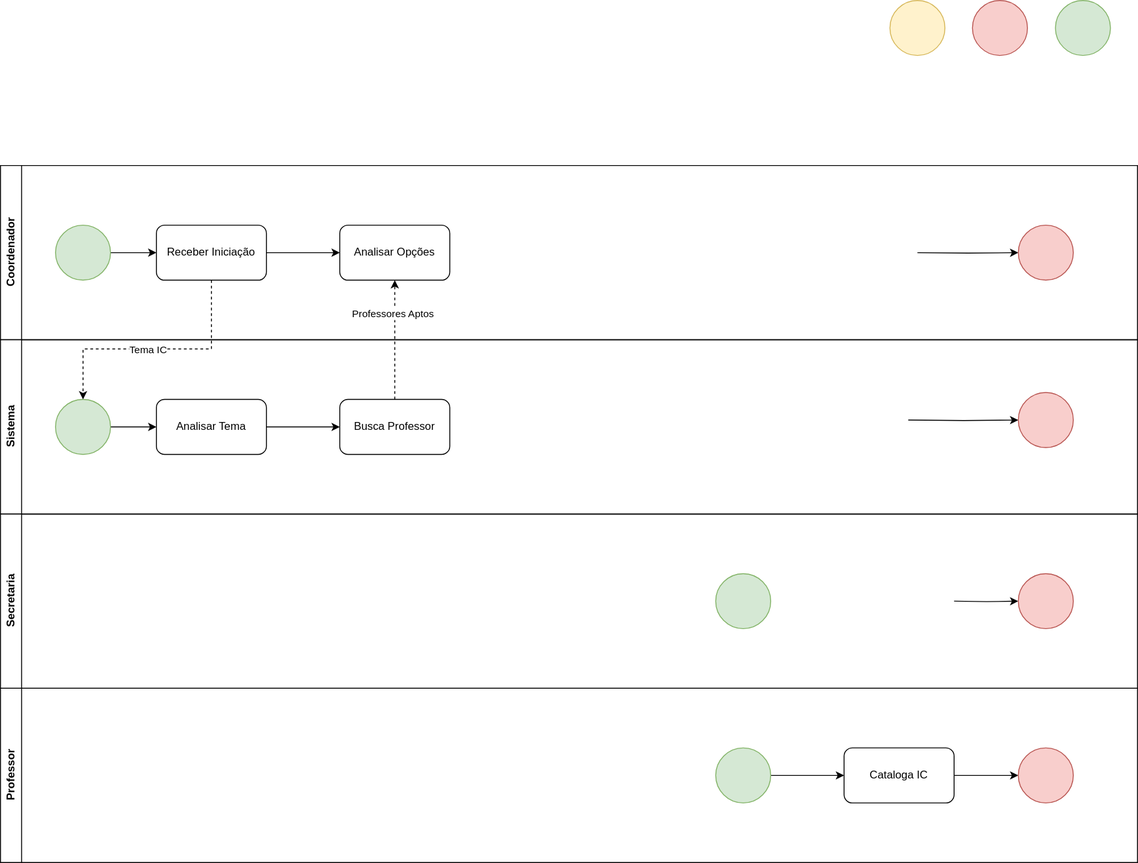
Before: BuscarProfessor.drawio.svg, a diagram exported from draw.io (JesCat16/Automacao_IC_GestaoDeProjeto). Source tidied: cells renumbered, new cells last; positions are measured from the earlier drawing's top-left corner, leaving out a move shared by most shapes.
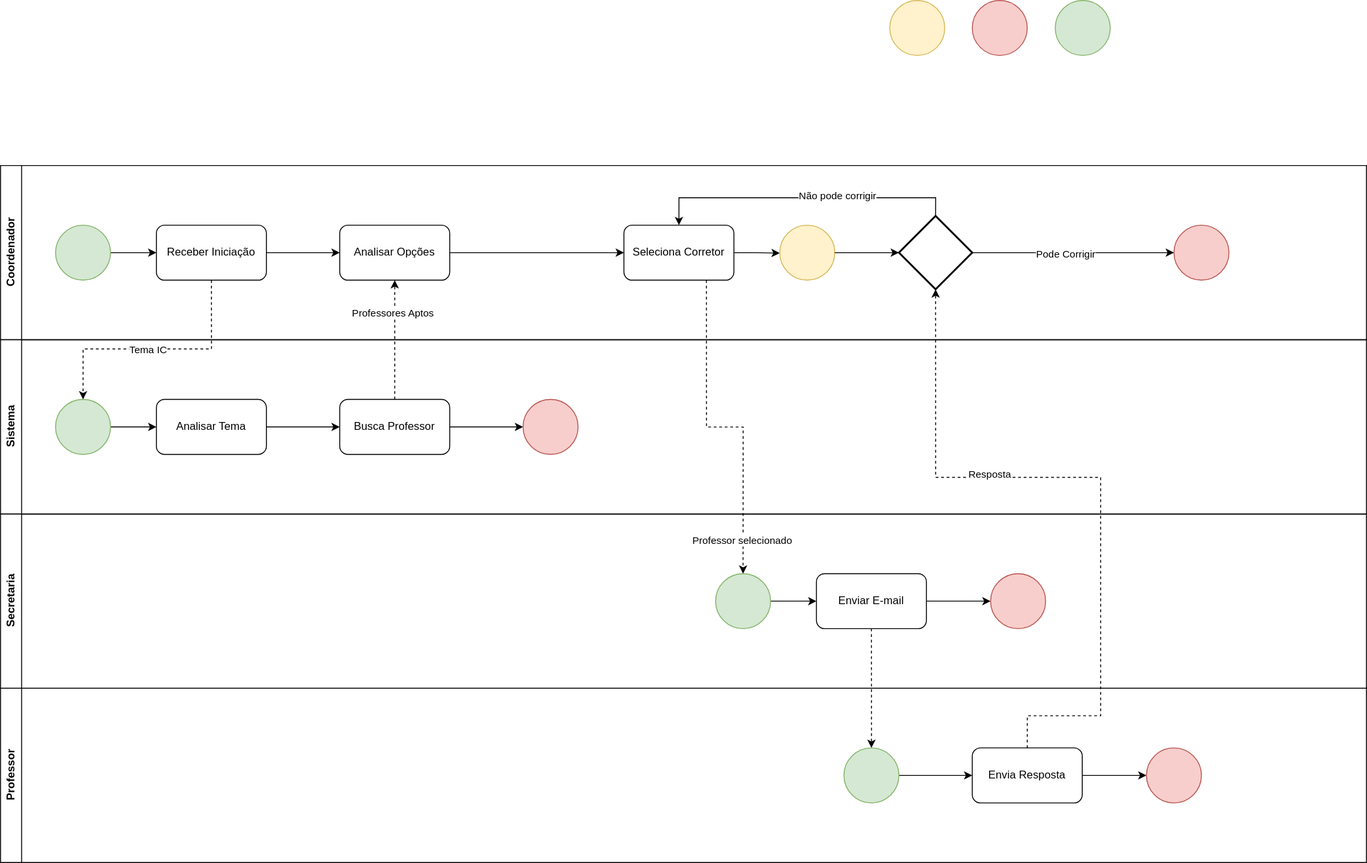
Above is the later version.

Change to the diagram source:
```diff
@@ -3,7 +3,7 @@
     <mxCell id="0" />
     <mxCell id="1" parent="0" />
     <mxCell id="2" value="Coordenador" style="swimlane;horizontal=0;whiteSpace=wrap;html=1;" parent="1" vertex="1">
-      <mxGeometry y="180" width="1240" height="190" as="geometry" />
+      <mxGeometry y="180" width="1490" height="190" as="geometry" />
     </mxCell>
     <mxCell id="3" style="edgeStyle=orthogonalEdgeStyle;rounded=0;jettySize=auto;html=1;" parent="2" edge="1" source="4" target="8">
       <mxGeometry relative="1" as="geometry" />
@@ -11,13 +11,8 @@
     <mxCell id="4" style="ellipse;whiteSpace=wrap;html=1;fillColor=#d5e8d4;strokeColor=#82b366;" parent="2" vertex="1">
       <mxGeometry x="60" y="65" width="60" height="60" as="geometry" />
     </mxCell>
-    <mxCell id="5" style="edgeStyle=orthogonalEdgeStyle;rounded=0;jettySize=auto;html=1;exitX=1;exitY=0.5;exitDx=0;exitDy=0;entryX=0;entryY=0.5;entryDx=0;entryDy=0;" parent="2" edge="1" target="6">
-      <mxGeometry relative="1" as="geometry">
-        <mxPoint x="1000" y="95" as="sourcePoint" />
-      </mxGeometry>
-    </mxCell>
     <mxCell id="6" style="ellipse;whiteSpace=wrap;html=1;fillColor=#f8cecc;strokeColor=#b85450;" parent="2" vertex="1">
-      <mxGeometry x="1110" y="65" width="60" height="60" as="geometry" />
+      <mxGeometry x="1280" y="65" width="60" height="60" as="geometry" />
     </mxCell>
     <mxCell id="7" style="edgeStyle=orthogonalEdgeStyle;rounded=0;jettySize=auto;html=1;" parent="2" edge="1" source="8" target="9">
       <mxGeometry relative="1" as="geometry" />
@@ -25,11 +20,47 @@
     <mxCell id="8" value="Receber Iniciação" style="rounded=1;whiteSpace=wrap;html=1;" parent="2" vertex="1">
       <mxGeometry x="170" y="65" width="120" height="60" as="geometry" />
     </mxCell>
+    <mxCell id="35" style="edgeStyle=orthogonalEdgeStyle;rounded=0;jettySize=auto;html=1;" parent="2" edge="1" source="9" target="37">
+      <mxGeometry relative="1" as="geometry" />
+    </mxCell>
     <mxCell id="9" value="Analisar Opções" style="whiteSpace=wrap;html=1;rounded=1;" parent="2" vertex="1">
       <mxGeometry x="370" y="65" width="120" height="60" as="geometry" />
     </mxCell>
+    <mxCell id="36" style="edgeStyle=orthogonalEdgeStyle;rounded=0;jettySize=auto;html=1;exitX=1;exitY=0.5;exitDx=0;exitDy=0;" parent="2" edge="1" source="37">
+      <mxGeometry relative="1" as="geometry">
+        <mxPoint x="850" y="95.5" as="targetPoint" />
+      </mxGeometry>
+    </mxCell>
+    <mxCell id="37" value="Seleciona Corretor" style="whiteSpace=wrap;html=1;rounded=1;" parent="2" vertex="1">
+      <mxGeometry x="680" y="65" width="120" height="60" as="geometry" />
+    </mxCell>
+    <mxCell id="38" style="edgeStyle=orthogonalEdgeStyle;rounded=0;jettySize=auto;html=1;exitX=0.5;exitY=0;exitDx=0;exitDy=0;exitPerimeter=0;entryX=0.5;entryY=0;entryDx=0;entryDy=0;" parent="2" edge="1" source="42" target="37">
+      <mxGeometry relative="1" as="geometry" />
+    </mxCell>
+    <mxCell id="39" value="Não pode corrigir" style="edgeLabel;html=1;align=center;verticalAlign=middle;" parent="38" vertex="1">
+      <mxGeometry x="-0.23" y="-3" relative="1" as="geometry">
+        <mxPoint x="-1" as="offset" />
+      </mxGeometry>
+    </mxCell>
+    <mxCell id="40" style="edgeStyle=orthogonalEdgeStyle;rounded=0;jettySize=auto;html=1;exitX=1;exitY=0.5;exitDx=0;exitDy=0;exitPerimeter=0;entryX=0;entryY=0.5;entryDx=0;entryDy=0;" parent="2" edge="1" source="42" target="6">
+      <mxGeometry relative="1" as="geometry" />
+    </mxCell>
+    <mxCell id="41" value="Pode Corrigir" style="edgeLabel;html=1;align=center;verticalAlign=middle;" parent="40" vertex="1">
+      <mxGeometry x="-0.07" y="-1" relative="1" as="geometry">
+        <mxPoint x="-1" as="offset" />
+      </mxGeometry>
+    </mxCell>
+    <mxCell id="42" style="strokeWidth=2;html=1;shape=mxgraph.flowchart.decision;whiteSpace=wrap;" parent="2" vertex="1">
+      <mxGeometry x="980" y="55" width="80" height="80" as="geometry" />
+    </mxCell>
+    <mxCell id="43" style="ellipse;whiteSpace=wrap;html=1;fillColor=#fff2cc;strokeColor=#d6b656;" parent="2" vertex="1">
+      <mxGeometry x="850" y="65" width="60" height="60" as="geometry" />
+    </mxCell>
+    <mxCell id="44" style="edgeStyle=orthogonalEdgeStyle;rounded=0;jettySize=auto;html=1;exitX=1;exitY=0.5;exitDx=0;exitDy=0;entryX=0;entryY=0.5;entryDx=0;entryDy=0;entryPerimeter=0;" parent="2" edge="1" source="43" target="42">
+      <mxGeometry relative="1" as="geometry" />
+    </mxCell>
     <mxCell id="10" value="Sistema" style="swimlane;horizontal=0;whiteSpace=wrap;html=1;" parent="1" vertex="1">
-      <mxGeometry y="370" width="1240" height="190" as="geometry" />
+      <mxGeometry y="370" width="1490" height="190" as="geometry" />
     </mxCell>
     <mxCell id="11" style="edgeStyle=orthogonalEdgeStyle;rounded=0;jettySize=auto;html=1;" parent="10" edge="1" source="12" target="16">
       <mxGeometry relative="1" as="geometry" />
@@ -37,54 +68,56 @@
     <mxCell id="12" style="ellipse;whiteSpace=wrap;html=1;fillColor=#d5e8d4;strokeColor=#82b366;" parent="10" vertex="1">
       <mxGeometry x="60" y="65" width="60" height="60" as="geometry" />
     </mxCell>
-    <mxCell id="13" style="edgeStyle=orthogonalEdgeStyle;rounded=0;jettySize=auto;html=1;exitX=1;exitY=0.5;exitDx=0;exitDy=0;exitPerimeter=0;entryX=0;entryY=0.5;entryDx=0;entryDy=0;" parent="10" edge="1" target="14">
-      <mxGeometry relative="1" as="geometry">
-        <mxPoint x="990" y="87.5" as="sourcePoint" />
-      </mxGeometry>
-    </mxCell>
-    <mxCell id="14" style="ellipse;whiteSpace=wrap;html=1;fillColor=#f8cecc;strokeColor=#b85450;" parent="10" vertex="1">
-      <mxGeometry x="1110" y="57.5" width="60" height="60" as="geometry" />
-    </mxCell>
     <mxCell id="15" style="edgeStyle=orthogonalEdgeStyle;rounded=0;jettySize=auto;html=1;" parent="10" edge="1" source="16" target="17">
       <mxGeometry relative="1" as="geometry" />
     </mxCell>
     <mxCell id="16" value="Analisar Tema" style="rounded=1;whiteSpace=wrap;html=1;" parent="10" vertex="1">
       <mxGeometry x="170" y="65" width="120" height="60" as="geometry" />
     </mxCell>
+    <mxCell id="45" style="edgeStyle=orthogonalEdgeStyle;rounded=0;jettySize=auto;html=1;exitX=1;exitY=0.5;exitDx=0;exitDy=0;entryX=0;entryY=0.5;entryDx=0;entryDy=0;" parent="10" edge="1" source="17" target="46">
+      <mxGeometry relative="1" as="geometry" />
+    </mxCell>
     <mxCell id="17" value="Busca Professor" style="whiteSpace=wrap;html=1;rounded=1;" parent="10" vertex="1">
       <mxGeometry x="370" y="65" width="120" height="60" as="geometry" />
     </mxCell>
+    <mxCell id="46" style="ellipse;whiteSpace=wrap;html=1;fillColor=#f8cecc;strokeColor=#b85450;" parent="10" vertex="1">
+      <mxGeometry x="570" y="65" width="60" height="60" as="geometry" />
+    </mxCell>
     <mxCell id="18" value="Secretaria" style="swimlane;horizontal=0;whiteSpace=wrap;html=1;" parent="1" vertex="1">
-      <mxGeometry y="560" width="1240" height="190" as="geometry" />
+      <mxGeometry y="560" width="1490" height="190" as="geometry" />
     </mxCell>
+    <mxCell id="47" style="edgeStyle=orthogonalEdgeStyle;rounded=0;jettySize=auto;html=1;" parent="18" edge="1" source="19" target="49">
+      <mxGeometry relative="1" as="geometry" />
+    </mxCell>
     <mxCell id="19" style="ellipse;whiteSpace=wrap;html=1;fillColor=#d5e8d4;strokeColor=#82b366;" parent="18" vertex="1">
       <mxGeometry x="780" y="65" width="60" height="60" as="geometry" />
     </mxCell>
-    <mxCell id="20" style="edgeStyle=orthogonalEdgeStyle;rounded=0;jettySize=auto;html=1;exitX=1;exitY=0.5;exitDx=0;exitDy=0;entryX=0;entryY=0.5;entryDx=0;entryDy=0;" parent="18" edge="1" target="21">
-      <mxGeometry relative="1" as="geometry">
-        <mxPoint x="1040" y="95" as="sourcePoint" />
-      </mxGeometry>
-    </mxCell>
     <mxCell id="21" style="ellipse;whiteSpace=wrap;html=1;fillColor=#f8cecc;strokeColor=#b85450;" parent="18" vertex="1">
-      <mxGeometry x="1110" y="65" width="60" height="60" as="geometry" />
+      <mxGeometry x="1080" y="65" width="60" height="60" as="geometry" />
     </mxCell>
+    <mxCell id="48" style="edgeStyle=orthogonalEdgeStyle;rounded=0;jettySize=auto;html=1;exitX=1;exitY=0.5;exitDx=0;exitDy=0;entryX=0;entryY=0.5;entryDx=0;entryDy=0;" parent="18" edge="1" source="49" target="21">
+      <mxGeometry relative="1" as="geometry" />
+    </mxCell>
+    <mxCell id="49" value="Enviar E-mail" style="rounded=1;whiteSpace=wrap;html=1;" parent="18" vertex="1">
+      <mxGeometry x="890" y="65" width="120" height="60" as="geometry" />
+    </mxCell>
     <mxCell id="22" value="Professor" style="swimlane;horizontal=0;whiteSpace=wrap;html=1;" parent="1" vertex="1">
-      <mxGeometry y="750" width="1240" height="190" as="geometry" />
+      <mxGeometry y="750" width="1490" height="190" as="geometry" />
     </mxCell>
     <mxCell id="23" style="edgeStyle=orthogonalEdgeStyle;rounded=0;jettySize=auto;html=1;" parent="22" edge="1" source="24" target="26">
       <mxGeometry relative="1" as="geometry" />
     </mxCell>
     <mxCell id="24" style="ellipse;whiteSpace=wrap;html=1;fillColor=#d5e8d4;strokeColor=#82b366;" parent="22" vertex="1">
-      <mxGeometry x="780" y="65" width="60" height="60" as="geometry" />
+      <mxGeometry x="920" y="65" width="60" height="60" as="geometry" />
     </mxCell>
     <mxCell id="25" style="edgeStyle=orthogonalEdgeStyle;rounded=0;jettySize=auto;html=1;exitX=1;exitY=0.5;exitDx=0;exitDy=0;entryX=0;entryY=0.5;entryDx=0;entryDy=0;" parent="22" edge="1" source="26" target="27">
       <mxGeometry relative="1" as="geometry" />
     </mxCell>
-    <mxCell id="26" value="Cataloga IC" style="rounded=1;whiteSpace=wrap;html=1;" parent="22" vertex="1">
-      <mxGeometry x="920" y="65" width="120" height="60" as="geometry" />
+    <mxCell id="26" value="Envia Resposta" style="rounded=1;whiteSpace=wrap;html=1;" parent="22" vertex="1">
+      <mxGeometry x="1060" y="65" width="120" height="60" as="geometry" />
     </mxCell>
     <mxCell id="27" style="ellipse;whiteSpace=wrap;html=1;fillColor=#f8cecc;strokeColor=#b85450;" parent="22" vertex="1">
-      <mxGeometry x="1110" y="65" width="60" height="60" as="geometry" />
+      <mxGeometry x="1250" y="65" width="60" height="60" as="geometry" />
     </mxCell>
     <mxCell id="28" style="ellipse;whiteSpace=wrap;html=1;fillColor=#fff2cc;strokeColor=#d6b656;" parent="1" vertex="1">
       <mxGeometry x="970" width="60" height="60" as="geometry" />
@@ -114,5 +147,32 @@
     <mxCell id="34" value="Professores Aptos" style="edgeLabel;html=1;align=center;verticalAlign=middle;" parent="33" vertex="1">
       <mxGeometry x="0.45" y="3" relative="1" as="geometry" />
     </mxCell>
+    <mxCell id="50" style="edgeStyle=orthogonalEdgeStyle;rounded=0;jettySize=auto;html=1;exitX=0.75;exitY=1;exitDx=0;exitDy=0;dashed=1;" parent="1" edge="1" source="37" target="19">
+      <mxGeometry relative="1" as="geometry" />
+    </mxCell>
+    <mxCell id="51" value="Professor selecionado" style="edgeLabel;html=1;align=center;verticalAlign=middle;" parent="50" vertex="1">
+      <mxGeometry x="0.8" y="-2" relative="1" as="geometry" />
+    </mxCell>
+    <mxCell id="52" style="edgeStyle=orthogonalEdgeStyle;rounded=0;jettySize=auto;html=1;exitX=0.5;exitY=1;exitDx=0;exitDy=0;entryX=0.5;entryY=0;entryDx=0;entryDy=0;dashed=1;" parent="1" edge="1" source="49" target="24">
+      <mxGeometry relative="1" as="geometry">
+        <Array as="points">
+          <mxPoint x="950" y="800" />
+          <mxPoint x="950" y="800" />
+        </Array>
+      </mxGeometry>
+    </mxCell>
+    <mxCell id="53" style="edgeStyle=orthogonalEdgeStyle;rounded=0;jettySize=auto;html=1;exitX=0.5;exitY=0;exitDx=0;exitDy=0;entryX=0.5;entryY=1;entryDx=0;entryDy=0;entryPerimeter=0;dashed=1;" parent="1" edge="1" source="26" target="42">
+      <mxGeometry relative="1" as="geometry">
+        <Array as="points">
+          <mxPoint x="1120" y="780" />
+          <mxPoint x="1200" y="780" />
+          <mxPoint x="1200" y="520" />
+          <mxPoint x="1020" y="520" />
+        </Array>
+      </mxGeometry>
+    </mxCell>
+    <mxCell id="54" value="Resposta" style="edgeLabel;html=1;align=center;verticalAlign=middle;" parent="53" vertex="1">
+      <mxGeometry x="0.31" y="-4" relative="1" as="geometry" />
+    </mxCell>
   </root>
 </mxGraphModel>
```
